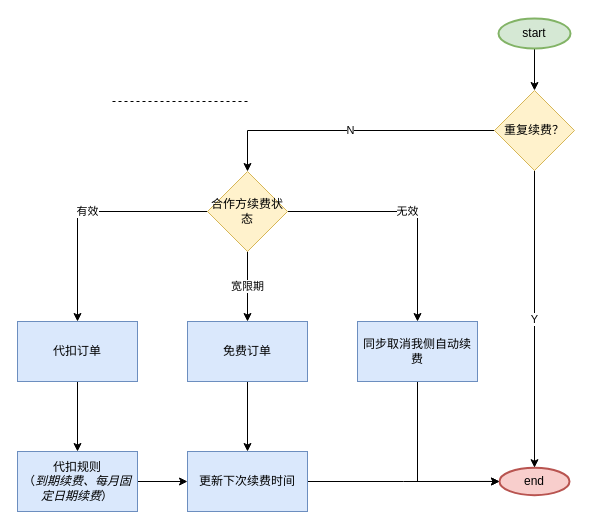
Above: page "Page-3" (3 of 5) of auto renew.drawio in hello-benny/hello-benny.github.io (draw.io), before the change. Source tidied: cells renumbered, new cells numbered last; positions are measured from the earlier drawing's top-left corner, leaving out a move shared by most shapes. Both pictures are drawn from the tidied source at 100%, with x=0, y=0 at pixel (17, 18).
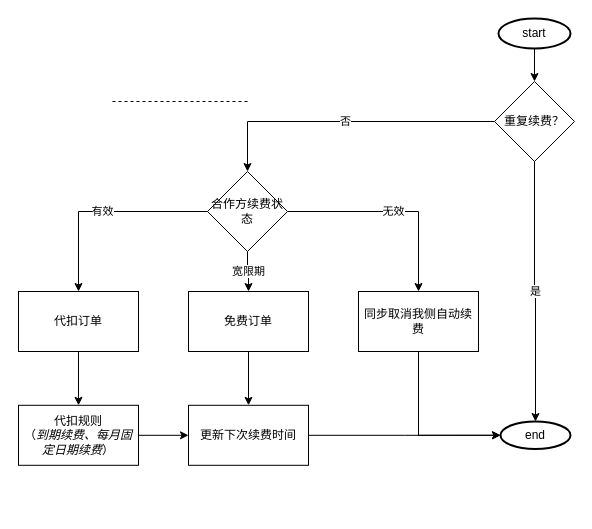
After the change.

What changed in the source:
```diff
@@
-    <mxCell id="3" value="start" style="strokeWidth=2;html=1;shape=mxgraph.flowchart.start_1;whiteSpace=wrap;fillColor=#d5e8d4;strokeColor=#82b366;" parent="1" vertex="1">
+    <mxCell id="3" value="start" style="strokeWidth=2;html=1;shape=mxgraph.flowchart.start_1;whiteSpace=wrap;" parent="1" vertex="1">
       <mxGeometry x="481" width="72" height="30" as="geometry" />
     </mxCell>
@@
-    <mxCell id="5" value="免费订单" style="whiteSpace=wrap;html=1;strokeWidth=1;fillColor=#dae8fc;strokeColor=#6c8ebf;" parent="1" vertex="1">
-      <mxGeometry x="170" y="303" width="120" height="60" as="geometry" />
+    <mxCell id="5" value="免费订单" style="whiteSpace=wrap;html=1;strokeWidth=1;" parent="1" vertex="1">
+      <mxGeometry x="171" y="273" width="120" height="60" as="geometry" />
     </mxCell>
@@
-    <mxCell id="9" value="代扣订单" style="whiteSpace=wrap;html=1;fillColor=#dae8fc;strokeColor=#6c8ebf;" parent="1" vertex="1">
-      <mxGeometry y="303" width="120" height="60" as="geometry" />
+    <mxCell id="9" value="代扣订单" style="whiteSpace=wrap;html=1;" parent="1" vertex="1">
+      <mxGeometry x="1" y="273" width="120" height="60" as="geometry" />
     </mxCell>
@@
-    <mxCell id="11" value="更新下次续费时间" style="whiteSpace=wrap;html=1;strokeWidth=1;fillColor=#dae8fc;strokeColor=#6c8ebf;" parent="1" vertex="1">
-      <mxGeometry x="170" y="433" width="120" height="60" as="geometry" />
+    <mxCell id="11" value="更新下次续费时间" style="whiteSpace=wrap;html=1;strokeWidth=1;" parent="1" vertex="1">
+      <mxGeometry x="171" y="386.8" width="120" height="60" as="geometry" />
     </mxCell>
-    <mxCell id="12" value="end" style="ellipse;whiteSpace=wrap;html=1;strokeWidth=2;fillColor=#f8cecc;strokeColor=#b85450;" parent="1" vertex="1">
-      <mxGeometry x="482" y="449.2" width="70" height="27.5" as="geometry" />
+    <mxCell id="12" value="end" style="ellipse;whiteSpace=wrap;html=1;strokeWidth=2;" parent="1" vertex="1">
+      <mxGeometry x="483" y="403" width="70" height="27.5" as="geometry" />
     </mxCell>
@@
-    <mxCell id="16" value="N" style="edgeStyle=orthogonalEdgeStyle;rounded=0;jettySize=auto;html=1;" parent="1" edge="1" source="18" target="20">
+    <mxCell id="16" value="否" style="edgeStyle=orthogonalEdgeStyle;rounded=0;jettySize=auto;html=1;" parent="1" edge="1" source="18" target="20">
       <mxGeometry relative="1" as="geometry" />
     </mxCell>
-    <mxCell id="17" value="Y" style="edgeStyle=orthogonalEdgeStyle;rounded=0;jettySize=auto;html=1;" parent="1" edge="1" source="18" target="12">
+    <mxCell id="17" value="是" style="edgeStyle=orthogonalEdgeStyle;rounded=0;jettySize=auto;html=1;" parent="1" edge="1" source="18" target="12">
       <mxGeometry relative="1" as="geometry" />
     </mxCell>
-    <mxCell id="18" value="重复续费？" style="rhombus;whiteSpace=wrap;html=1;fillColor=#fff2cc;strokeColor=#d6b656;" parent="1" vertex="1">
-      <mxGeometry x="477" y="72" width="80" height="80" as="geometry" />
+    <mxCell id="18" value="重复续费？" style="rhombus;whiteSpace=wrap;html=1;" parent="1" vertex="1">
+      <mxGeometry x="477" y="63" width="80" height="80" as="geometry" />
     </mxCell>
@@
-    <mxCell id="20" value="合作方续费状态" style="rhombus;whiteSpace=wrap;html=1;fillColor=#fff2cc;strokeColor=#d6b656;" parent="1" vertex="1">
+    <mxCell id="20" value="合作方续费状态" style="rhombus;whiteSpace=wrap;html=1;" parent="1" vertex="1">
       <mxGeometry x="190" y="153" width="80" height="80" as="geometry" />
     </mxCell>
@@
-    <mxCell id="22" value="同步取消我侧自动续费" style="rounded=0;whiteSpace=wrap;html=1;fillColor=#dae8fc;strokeColor=#6c8ebf;" parent="1" vertex="1">
-      <mxGeometry x="340" y="303" width="120" height="60" as="geometry" />
+    <mxCell id="22" value="同步取消我侧自动续费" style="rounded=0;whiteSpace=wrap;html=1;" parent="1" vertex="1">
+      <mxGeometry x="341" y="273" width="120" height="60" as="geometry" />
     </mxCell>
@@
-    <mxCell id="24" value="代扣规则&lt;br&gt;（&lt;i&gt;到期续费、每月固定日期续费&lt;/i&gt;）" style="whiteSpace=wrap;html=1;fillColor=#dae8fc;strokeColor=#6c8ebf;" parent="1" vertex="1">
-      <mxGeometry y="433" width="120" height="60" as="geometry" />
+    <mxCell id="24" value="代扣规则&lt;br&gt;（&lt;i&gt;到期续费、每月固定日期续费&lt;/i&gt;）" style="whiteSpace=wrap;html=1;" parent="1" vertex="1">
+      <mxGeometry x="1" y="386.8" width="120" height="60" as="geometry" />
     </mxCell>
```
